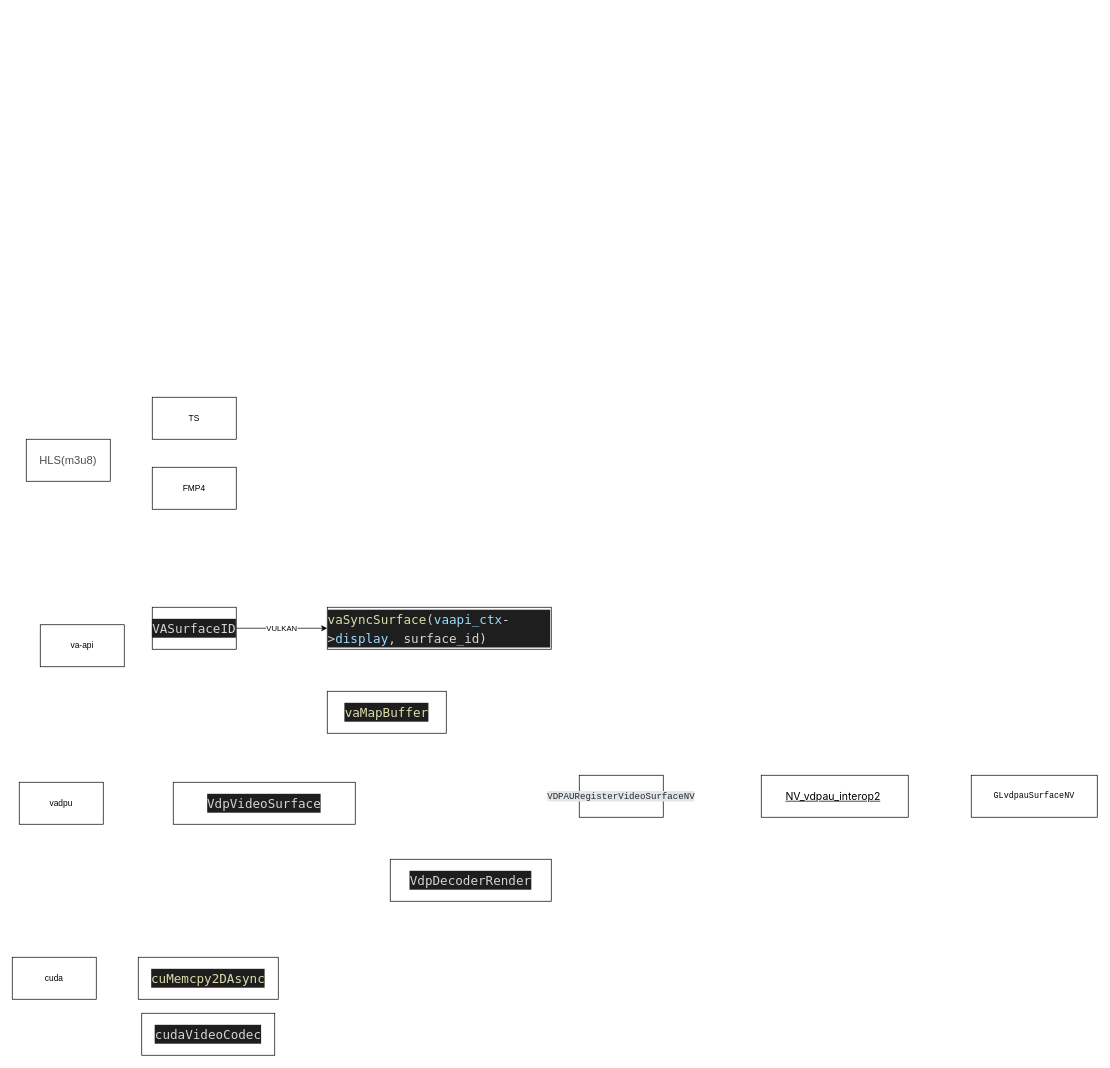
loleng/mediatools keeps this draw.io diagram as MultiMedia.drawio. Above is the earlier version. Source tidied: cells renumbered, new cells numbered last; positions are measured from the earlier drawing's top-left corner, leaving out a move shared by most shapes. Both pictures are drawn from the tidied source at 70%, with x=0, y=0 at pixel (12, 397).
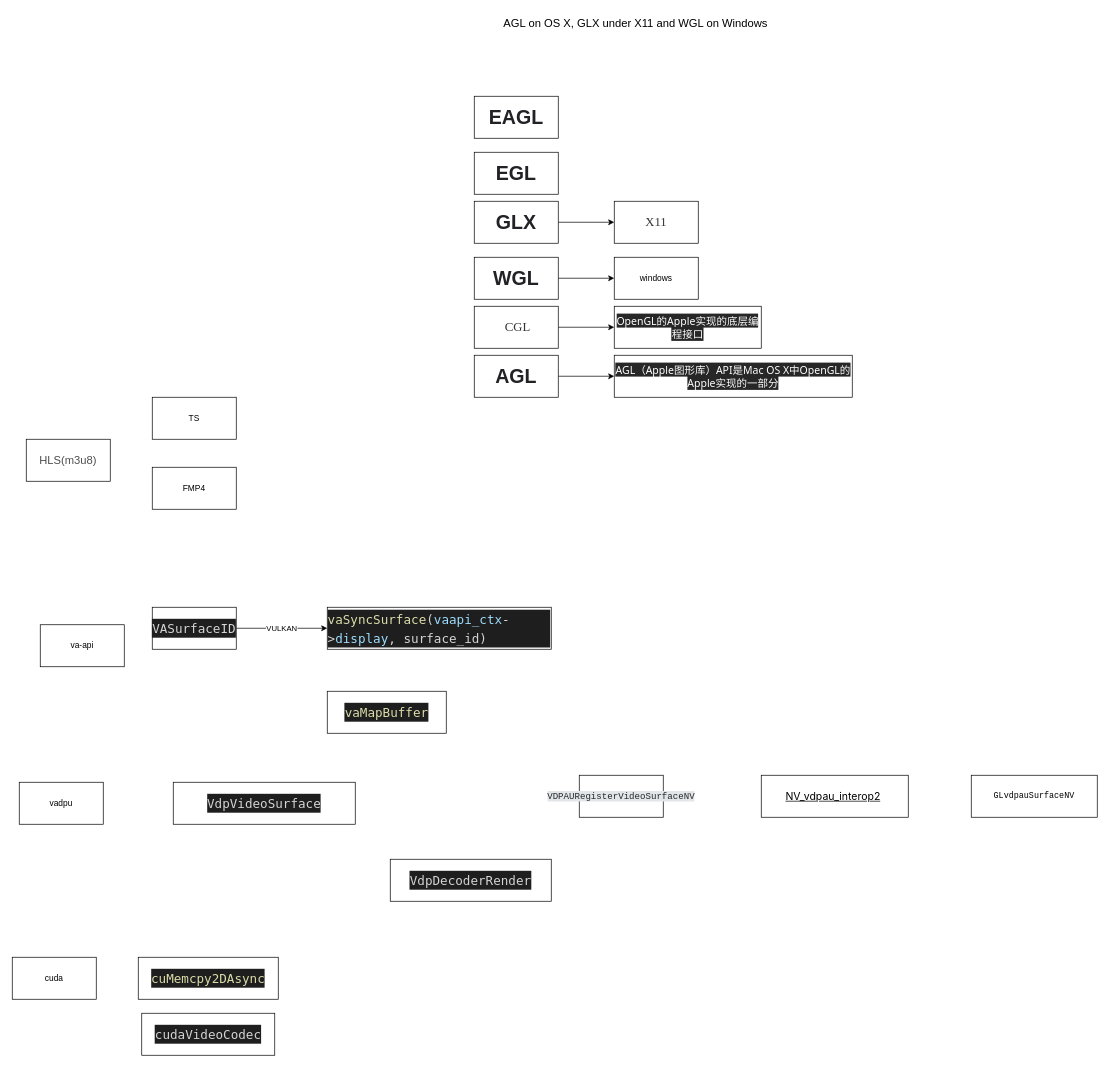
The same page after the edit.

What changed in the source:
```diff
@@
+    <mxCell id="19" value="&lt;h1 style=&quot;text-align: start; box-sizing: border-box; outline: 0px; margin: 0px; padding: 0px; font-family: &amp;quot;PingFang SC&amp;quot;, &amp;quot;Microsoft YaHei&amp;quot;, SimHei, Arial, SimSun; font-size: 28px; overflow-wrap: break-word; color: rgb(34, 34, 38); word-break: break-all; font-variant-ligatures: common-ligatures; orphans: 2; widows: 2; background-color: rgb(255, 255, 255); text-decoration-thickness: initial;&quot; id=&quot;articleContentId&quot; class=&quot;title-article&quot;&gt;EGL&lt;/h1&gt;" style="whiteSpace=wrap;html=1;" parent="1" vertex="1">
+      <mxGeometry x="660" y="-350" width="120" height="60" as="geometry" />
+    </mxCell>
+    <mxCell id="20" style="edgeStyle=orthogonalEdgeStyle;rounded=0;jettySize=auto;html=1;" parent="1" edge="1" source="21" target="27">
+      <mxGeometry relative="1" as="geometry" />
+    </mxCell>
+    <mxCell id="21" value="&lt;h1 style=&quot;text-align: start; box-sizing: border-box; outline: 0px; margin: 0px; padding: 0px; font-family: &amp;quot;PingFang SC&amp;quot;, &amp;quot;Microsoft YaHei&amp;quot;, SimHei, Arial, SimSun; font-size: 28px; overflow-wrap: break-word; color: rgb(34, 34, 38); word-break: break-all; font-variant-ligatures: common-ligatures; orphans: 2; widows: 2; background-color: rgb(255, 255, 255); text-decoration-thickness: initial;&quot; id=&quot;articleContentId&quot; class=&quot;title-article&quot;&gt;GLX&lt;/h1&gt;" style="whiteSpace=wrap;html=1;" parent="1" vertex="1">
+      <mxGeometry x="660" y="-280" width="120" height="60" as="geometry" />
+    </mxCell>
+    <mxCell id="22" style="edgeStyle=orthogonalEdgeStyle;rounded=0;jettySize=auto;html=1;" parent="1" edge="1" source="23" target="28">
+      <mxGeometry relative="1" as="geometry" />
+    </mxCell>
+    <mxCell id="23" value="&lt;h1 style=&quot;text-align: start; box-sizing: border-box; outline: 0px; margin: 0px; padding: 0px; font-family: &amp;quot;PingFang SC&amp;quot;, &amp;quot;Microsoft YaHei&amp;quot;, SimHei, Arial, SimSun; font-size: 28px; overflow-wrap: break-word; color: rgb(34, 34, 38); word-break: break-all; font-variant-ligatures: common-ligatures; orphans: 2; widows: 2; background-color: rgb(255, 255, 255); text-decoration-thickness: initial;&quot; id=&quot;articleContentId&quot; class=&quot;title-article&quot;&gt;WGL&lt;/h1&gt;" style="whiteSpace=wrap;html=1;" parent="1" vertex="1">
+      <mxGeometry x="660" y="-200" width="120" height="60" as="geometry" />
+    </mxCell>
+    <mxCell id="24" style="edgeStyle=orthogonalEdgeStyle;rounded=0;jettySize=auto;html=1;" parent="1" edge="1" source="25" target="32">
+      <mxGeometry relative="1" as="geometry" />
+    </mxCell>
+    <mxCell id="25" value="&lt;h1 style=&quot;text-align: start; box-sizing: border-box; outline: 0px; margin: 0px; padding: 0px; font-family: &amp;quot;PingFang SC&amp;quot;, &amp;quot;Microsoft YaHei&amp;quot;, SimHei, Arial, SimSun; font-size: 28px; overflow-wrap: break-word; color: rgb(34, 34, 38); word-break: break-all; font-variant-ligatures: common-ligatures; orphans: 2; widows: 2; background-color: rgb(255, 255, 255); text-decoration-thickness: initial;&quot; id=&quot;articleContentId&quot; class=&quot;title-article&quot;&gt;AGL&lt;/h1&gt;" style="whiteSpace=wrap;html=1;" parent="1" vertex="1">
+      <mxGeometry x="660" y="-60" width="120" height="60" as="geometry" />
+    </mxCell>
+    <mxCell id="26" value="&lt;h1 style=&quot;text-align: start; box-sizing: border-box; outline: 0px; margin: 0px; padding: 0px; font-family: &amp;quot;PingFang SC&amp;quot;, &amp;quot;Microsoft YaHei&amp;quot;, SimHei, Arial, SimSun; font-size: 28px; overflow-wrap: break-word; color: rgb(34, 34, 38); word-break: break-all; font-variant-ligatures: common-ligatures; orphans: 2; widows: 2; background-color: rgb(255, 255, 255); text-decoration-thickness: initial;&quot; id=&quot;articleContentId&quot; class=&quot;title-article&quot;&gt;EAGL&lt;/h1&gt;" style="whiteSpace=wrap;html=1;" parent="1" vertex="1">
+      <mxGeometry x="660" y="-430" width="120" height="60" as="geometry" />
+    </mxCell>
+    <mxCell id="27" value="&lt;span style=&quot;text-align: start; color: rgba(0, 0, 0, 0.8); font-family: Bitter, &amp;quot;Palatino Linotype&amp;quot;, &amp;quot;Book Antiqua&amp;quot;, Palatino, serif; font-size: 18px; font-variant-ligatures: normal; orphans: 2; widows: 2; background-color: rgb(255, 255, 255); text-decoration-thickness: initial;&quot;&gt;X11&lt;/span&gt;" style="whiteSpace=wrap;html=1;" parent="1" vertex="1">
+      <mxGeometry x="860" y="-280" width="120" height="60" as="geometry" />
+    </mxCell>
+    <mxCell id="28" value="windows" style="whiteSpace=wrap;html=1;" parent="1" vertex="1">
+      <mxGeometry x="860" y="-200" width="120" height="60" as="geometry" />
+    </mxCell>
+    <mxCell id="29" style="edgeStyle=orthogonalEdgeStyle;rounded=0;jettySize=auto;html=1;" parent="1" edge="1" source="30" target="31">
+      <mxGeometry relative="1" as="geometry" />
+    </mxCell>
+    <mxCell id="30" value="&lt;span style=&quot;text-align: start; color: rgba(0, 0, 0, 0.8); font-family: Bitter, &amp;quot;Palatino Linotype&amp;quot;, &amp;quot;Book Antiqua&amp;quot;, Palatino, serif; font-size: 18px; font-variant-ligatures: normal; orphans: 2; widows: 2; background-color: rgb(255, 255, 255); text-decoration-thickness: initial;&quot;&gt;&amp;nbsp;CGL&lt;/span&gt;" style="whiteSpace=wrap;html=1;" parent="1" vertex="1">
+      <mxGeometry x="660" y="-130" width="120" height="60" as="geometry" />
+    </mxCell>
+    <mxCell id="31" value="&lt;span style=&quot;text-align: start; color: rgb(255, 255, 255); font-family: system-ui, -apple-system, &amp;quot;Segoe UI&amp;quot;, Roboto, Oxygen, Ubuntu, Cantarell, &amp;quot;Fira Sans&amp;quot;, &amp;quot;Droid Sans&amp;quot;, &amp;quot;Helvetica Neue&amp;quot;, Helvetica, Arial, sans-serif; font-size: 15px; font-variant-ligatures: normal; orphans: 2; widows: 2; background-color: rgb(39, 39, 39); text-decoration-thickness: initial;&quot;&gt;OpenGL的Apple实现的底层编程接口&lt;/span&gt;" style="whiteSpace=wrap;html=1;" parent="1" vertex="1">
+      <mxGeometry x="860" y="-130" width="210" height="60" as="geometry" />
+    </mxCell>
+    <mxCell id="32" value="&lt;span style=&quot;text-align: start; color: rgb(255, 255, 255); font-family: system-ui, -apple-system, &amp;quot;Segoe UI&amp;quot;, Roboto, Oxygen, Ubuntu, Cantarell, &amp;quot;Fira Sans&amp;quot;, &amp;quot;Droid Sans&amp;quot;, &amp;quot;Helvetica Neue&amp;quot;, Helvetica, Arial, sans-serif; font-size: 15px; font-variant-ligatures: normal; orphans: 2; widows: 2; background-color: rgb(39, 39, 39); text-decoration-thickness: initial;&quot;&gt;AGL（Apple图形库）API是Mac OS X中OpenGL的Apple实现的一部分&lt;/span&gt;" style="whiteSpace=wrap;html=1;" parent="1" vertex="1">
+      <mxGeometry x="860" y="-60" width="340" height="60" as="geometry" />
+    </mxCell>
+    <mxCell id="33" value="&lt;span style=&quot;font-style: normal; font-variant-caps: normal; font-weight: 400; letter-spacing: normal; text-align: start; text-indent: 0px; text-transform: none; word-spacing: 0px; -webkit-text-stroke-width: 0px; text-decoration: none; color: rgb(0, 0, 0); font-family: &amp;quot;PingFang SC&amp;quot;; font-size: medium; font-variant-ligatures: normal; orphans: 2; widows: 2; text-decoration-thickness: initial; float: none; display: inline !important;&quot;&gt;AGL on OS X, GLX under X11 and WGL on Windows&lt;/span&gt;" style="text;whiteSpace=wrap;html=1;" parent="1" vertex="1">
+      <mxGeometry x="700" y="-550" width="410" height="30" as="geometry" />
+    </mxCell>
```
